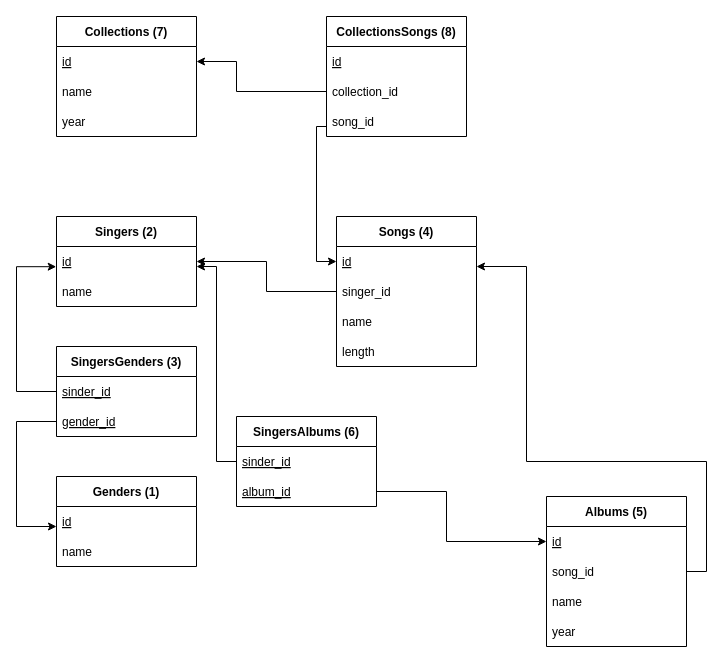
Earlier version of the draw.io diagram sql/task2/db_schema.drawio (AmiSeverus/PY-files). Source tidied: cells renumbered, new cells numbered last; positions are measured from the earlier drawing's top-left corner, leaving out a move shared by most shapes. Both pictures are drawn from the tidied source at 100%, with x=0, y=0 at pixel (16, 16).
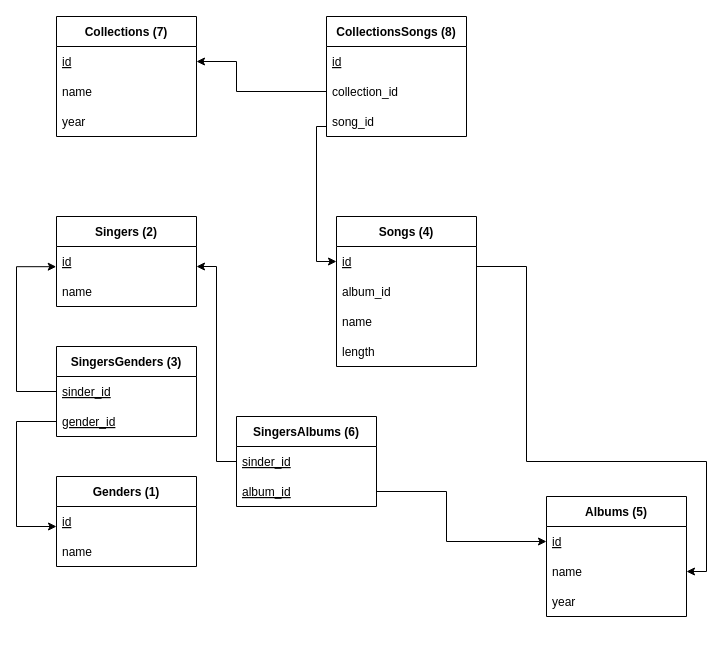
The same page after the edit.

The change refers to these unchanged cells:
```xml
<mxCell id="8" value="id" style="text;strokeColor=none;fillColor=none;align=left;verticalAlign=middle;spacingLeft=4;spacingRight=4;overflow=hidden;points=[[0,0.5],[1,0.5]];portConstraint=eastwest;fontStyle=4;" parent="7" vertex="1">
  <mxGeometry y="30" width="140" height="30" as="geometry" />
</mxCell>
<mxCell id="10" value="Songs (4)" style="swimlane;fontStyle=1;horizontal=1;startSize=30;" parent="1" vertex="1">
  <mxGeometry x="320" y="200" width="140" height="150" as="geometry" />
</mxCell>
```

The edit, as a diff of the source:
```diff
@@
     <mxCell id="2" value="Albums (5)" style="swimlane;fontStyle=1;horizontal=1;startSize=30;" parent="1" vertex="1">
-      <mxGeometry x="530" y="480" width="140" height="150" as="geometry" />
+      <mxGeometry x="530" y="480" width="140" height="120" as="geometry" />
     </mxCell>
@@
-    <mxCell id="4" value="song_id" style="text;strokeColor=none;fillColor=none;align=left;verticalAlign=middle;spacingLeft=4;spacingRight=4;overflow=hidden;points=[[0,0.5],[1,0.5]];portConstraint=eastwest;" parent="2" vertex="1">
-      <mxGeometry y="60" width="140" height="30" as="geometry" />
-    </mxCell>
     <mxCell id="5" value="name" style="text;strokeColor=none;fillColor=none;align=left;verticalAlign=middle;spacingLeft=4;spacingRight=4;overflow=hidden;" parent="2" vertex="1">
-      <mxGeometry y="90" width="140" height="30" as="geometry" />
+      <mxGeometry y="60" width="140" height="30" as="geometry" />
     </mxCell>
     <mxCell id="6" value="year" style="text;strokeColor=none;fillColor=none;align=left;verticalAlign=middle;spacingLeft=4;spacingRight=4;overflow=hidden;" parent="2" vertex="1">
-      <mxGeometry y="120" width="140" height="30" as="geometry" />
+      <mxGeometry y="90" width="140" height="30" as="geometry" />
     </mxCell>
@@
-    <mxCell id="12" value="singer_id" style="text;strokeColor=none;fillColor=none;align=left;verticalAlign=middle;spacingLeft=4;spacingRight=4;overflow=hidden;points=[[0,0.5],[1,0.5]];portConstraint=eastwest;opacity=0;" parent="10" vertex="1">
+    <mxCell id="12" value="album_id" style="text;strokeColor=none;fillColor=none;align=left;verticalAlign=middle;spacingLeft=4;spacingRight=4;overflow=hidden;points=[[0,0.5],[1,0.5]];portConstraint=eastwest;opacity=0;" parent="10" vertex="1">
       <mxGeometry y="60" width="140" height="30" as="geometry" />
     </mxCell>
@@
-    <mxCell id="15" style="edgeStyle=orthogonalEdgeStyle;rounded=0;jettySize=auto;html=1;entryX=1;entryY=0.5;entryDx=0;entryDy=0;" parent="1" edge="1" source="12" target="8">
-      <mxGeometry relative="1" as="geometry" />
-    </mxCell>
@@
-    <mxCell id="39" style="edgeStyle=orthogonalEdgeStyle;rounded=0;jettySize=auto;html=1;exitX=1;exitY=0.5;exitDx=0;exitDy=0;" parent="1" edge="1" source="4" target="10">
+    <mxCell id="39" style="edgeStyle=orthogonalEdgeStyle;rounded=0;jettySize=auto;html=1;" parent="1" edge="1" source="10">
       <mxGeometry relative="1" as="geometry">
+        <mxPoint x="670" y="555" as="targetPoint" />
         <Array as="points">
+          <mxPoint x="510" y="250" />
+          <mxPoint x="510" y="445" />
+          <mxPoint x="690" y="445" />
           <mxPoint x="690" y="555" />
-          <mxPoint x="690" y="445" />
-          <mxPoint x="510" y="445" />
-          <mxPoint x="510" y="250" />
         </Array>
       </mxGeometry>
     </mxCell>
```
